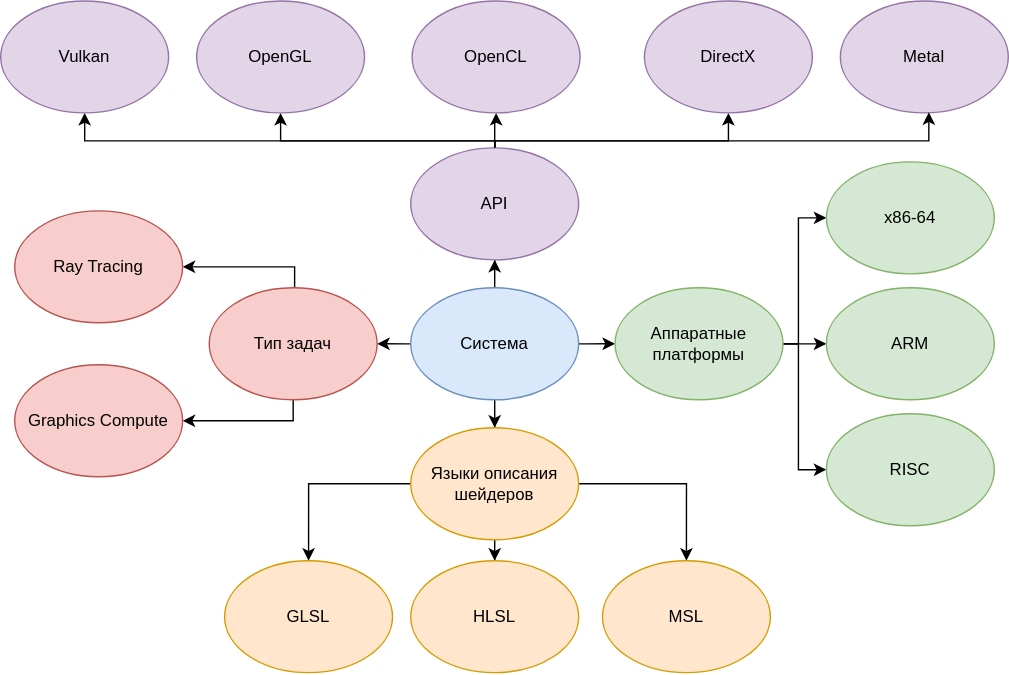
Above: docs/dudkin_dissertation/presentation/geterogenus_problem.svg in HaMeNopeDiot/hardware_gpu (draw.io), before the change. Source tidied: cells renumbered, new cells last; positions are measured from the earlier drawing's top-left corner, leaving out a move shared by most shapes.
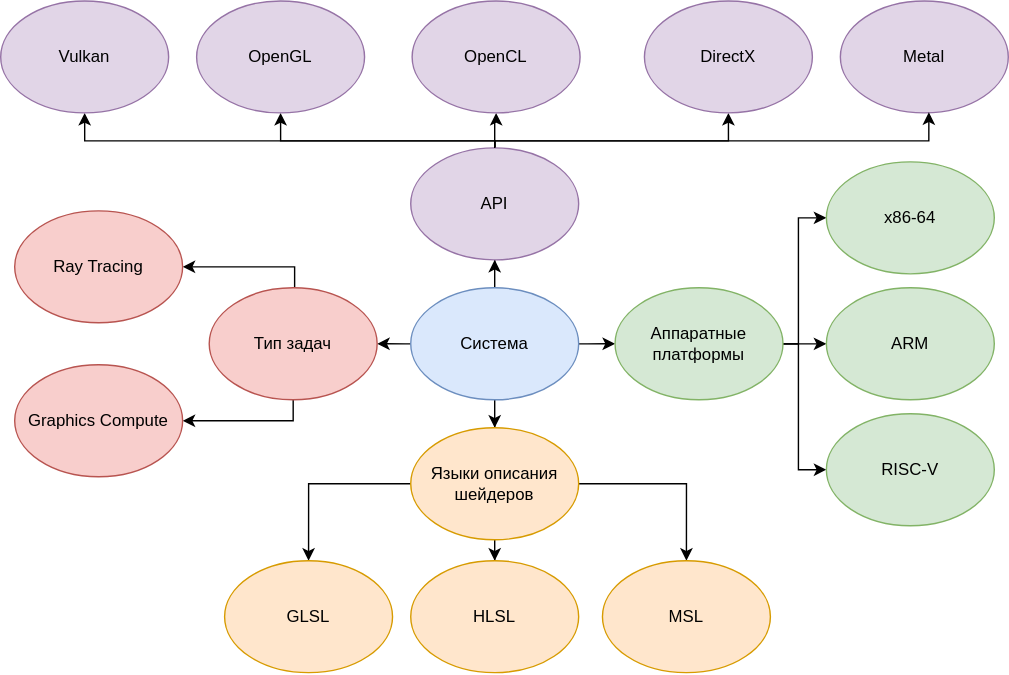
Above is the later version.

What changed in the source:
```diff
@@ -138,7 +138,7 @@
     <mxCell id="32" value="ARM" style="ellipse;whiteSpace=wrap;html=1;fillColor=#d5e8d4;strokeColor=#82b366;" parent="1" vertex="1">
       <mxGeometry x="590" y="205" width="120" height="80" as="geometry" />
     </mxCell>
-    <mxCell id="33" value="RISC" style="ellipse;whiteSpace=wrap;html=1;fillColor=#d5e8d4;strokeColor=#82b366;" parent="1" vertex="1">
+    <mxCell id="33" value="RISC-V" style="ellipse;whiteSpace=wrap;html=1;fillColor=#d5e8d4;strokeColor=#82b366;" parent="1" vertex="1">
       <mxGeometry x="590" y="295" width="120" height="80" as="geometry" />
     </mxCell>
     <mxCell id="34" value="Ray Tracing" style="ellipse;whiteSpace=wrap;html=1;fillColor=#f8cecc;strokeColor=#b85450;" parent="1" vertex="1">
```
